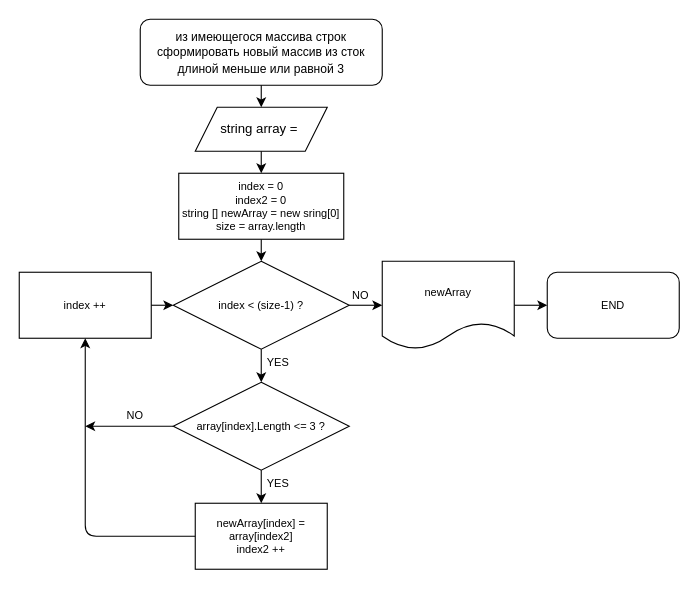
Zvolev/project1 keeps this draw.io diagram as block_diagram.drawio. Above is the earlier version. Source tidied: cells renumbered, new cells numbered last; positions are measured from the earlier drawing's top-left corner, leaving out a move shared by most shapes. Both pictures are drawn from the tidied source at 110%, with x=0, y=0 at pixel (19, 19).
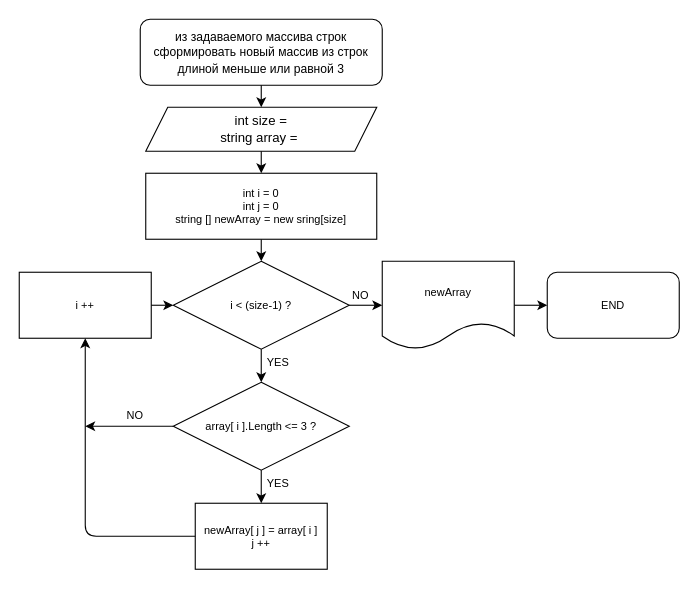
After the change.

Commit message (it also covers changes not shown here):
Изменил первоначальную блок-схему, алгоритм не менял

What changed in the source:
```diff
@@
-    <mxCell id="2" value="&lt;font style=&quot;font-size: 11px&quot;&gt;из имеющегося массива строк сформировать новый массив из сток длиной меньше или равной 3&lt;/font&gt;" style="rounded=1;whiteSpace=wrap;html=1;" parent="1" vertex="1">
+    <mxCell id="2" value="&lt;font style=&quot;font-size: 11px&quot;&gt;из задаваемого массива строк сформировать новый массив из строк длиной меньше или равной 3&lt;/font&gt;" style="rounded=1;whiteSpace=wrap;html=1;" parent="1" vertex="1">
       <mxGeometry x="110" width="220" height="60" as="geometry" />
     </mxCell>
@@
-    <mxCell id="4" value="string array =&amp;nbsp;" style="shape=parallelogram;perimeter=parallelogramPerimeter;whiteSpace=wrap;html=1;fixedSize=1;" parent="1" vertex="1">
-      <mxGeometry x="160" y="80" width="120" height="40" as="geometry" />
+    <mxCell id="4" value="int size =&lt;br&gt;string array =&amp;nbsp;" style="shape=parallelogram;perimeter=parallelogramPerimeter;whiteSpace=wrap;html=1;fixedSize=1;" parent="1" vertex="1">
+      <mxGeometry x="115" y="80" width="210" height="40" as="geometry" />
     </mxCell>
@@
-    <mxCell id="6" value="&lt;font style=&quot;font-size: 10px&quot;&gt;index = 0&lt;br&gt;index2 = 0&lt;br&gt;string [] newArray = new sring[0]&lt;br&gt;size = array.length&lt;br&gt;&lt;/font&gt;" style="rounded=0;whiteSpace=wrap;html=1;fontSize=8;" parent="1" vertex="1">
-      <mxGeometry x="145" y="140" width="150" height="60" as="geometry" />
+    <mxCell id="6" value="&lt;font style=&quot;font-size: 10px&quot;&gt;int i = 0&lt;br&gt;int j = 0&lt;br&gt;string [] newArray = new sring[size]&lt;br&gt;&lt;/font&gt;" style="rounded=0;whiteSpace=wrap;html=1;fontSize=8;" parent="1" vertex="1">
+      <mxGeometry x="115" y="140" width="210" height="60" as="geometry" />
     </mxCell>
-    <mxCell id="7" value="index &amp;lt; (size-1) ?" style="rhombus;whiteSpace=wrap;html=1;fontSize=10;" parent="1" vertex="1">
+    <mxCell id="7" value="i &amp;lt; (size-1) ?" style="rhombus;whiteSpace=wrap;html=1;fontSize=10;" parent="1" vertex="1">
       <mxGeometry x="140" y="220" width="160" height="80" as="geometry" />
     </mxCell>
-    <mxCell id="8" value="index ++" style="rounded=0;whiteSpace=wrap;html=1;fontSize=10;" parent="1" vertex="1">
+    <mxCell id="8" value="i ++" style="rounded=0;whiteSpace=wrap;html=1;fontSize=10;" parent="1" vertex="1">
       <mxGeometry y="230" width="120" height="60" as="geometry" />
     </mxCell>
-    <mxCell id="9" value="array[index].Length &amp;lt;= 3 ?" style="rhombus;whiteSpace=wrap;html=1;fontSize=10;" parent="1" vertex="1">
+    <mxCell id="9" value="array[ i ].Length &amp;lt;= 3 ?" style="rhombus;whiteSpace=wrap;html=1;fontSize=10;" parent="1" vertex="1">
       <mxGeometry x="140" y="330" width="160" height="80" as="geometry" />
     </mxCell>
-    <mxCell id="10" value="newArray[index] = array[index2]&lt;br&gt;index2 ++" style="rounded=0;whiteSpace=wrap;html=1;fontSize=10;" parent="1" vertex="1">
+    <mxCell id="10" value="&lt;font style=&quot;font-size: 10px&quot;&gt;newArray[&amp;nbsp;&lt;font&gt;j&amp;nbsp;&lt;/font&gt;] = array[ i ]&lt;br&gt;j ++&lt;/font&gt;" style="rounded=0;whiteSpace=wrap;html=1;fontSize=10;" parent="1" vertex="1">
       <mxGeometry x="160" y="440" width="120" height="60" as="geometry" />
     </mxCell>
```
